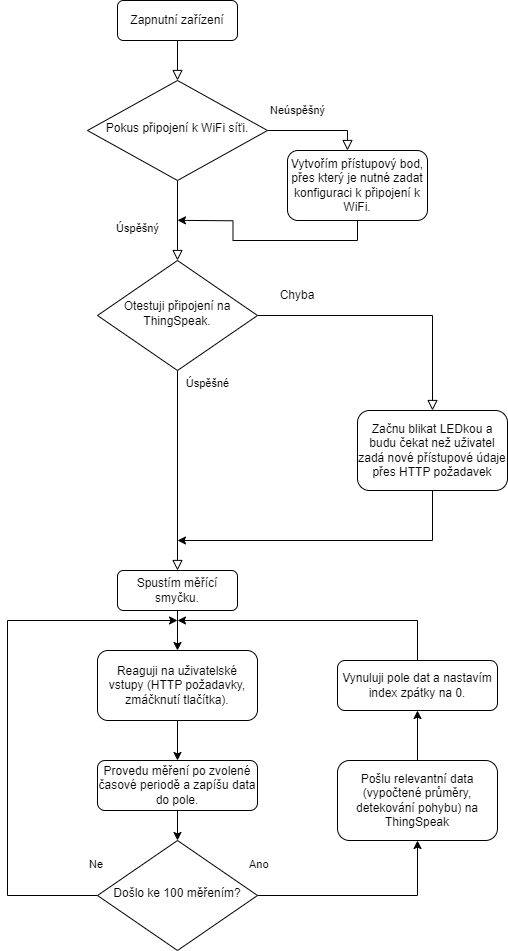
Before: UML/Diagram.drawio.png, a diagram exported from draw.io (AlexanderBarsc/Diplomka). Source tidied: cells renumbered, new cells last; positions are measured from the earlier drawing's top-left corner, leaving out a move shared by most shapes.
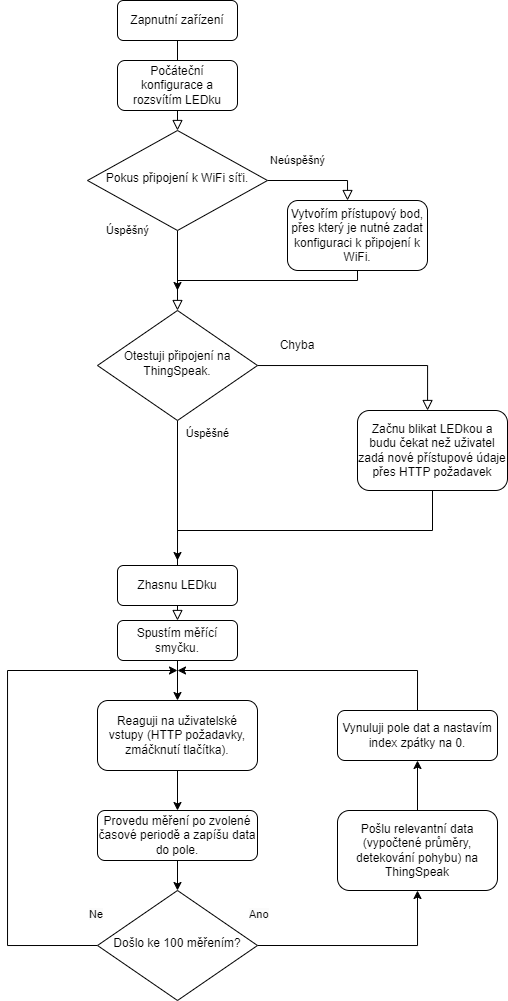
After the change.

Diff of the diagram source:
```diff
@@ -6,10 +6,10 @@
       <mxGeometry relative="1" as="geometry" />
     </mxCell>
     <mxCell id="3" value="Zapnutní zařízení" style="rounded=1;whiteSpace=wrap;html=1;fontSize=12;glass=0;strokeWidth=1;shadow=0;" parent="1" vertex="1">
-      <mxGeometry x="110" width="120" height="40" as="geometry" />
+      <mxGeometry x="110" y="-50" width="120" height="40" as="geometry" />
     </mxCell>
     <mxCell id="4" value="Úspěšný" style="rounded=0;html=1;jettySize=auto;fontSize=11;endArrow=block;endFill=0;endSize=8;strokeWidth=1;shadow=0;labelBackgroundColor=none;edgeStyle=orthogonalEdgeStyle;" parent="1" edge="1" source="6" target="11">
-      <mxGeometry x="0.2" y="-40" relative="1" as="geometry" />
+      <mxGeometry x="-1" y="-50" relative="1" as="geometry" />
     </mxCell>
     <mxCell id="5" value="Neúspěšný" style="edgeStyle=orthogonalEdgeStyle;rounded=0;html=1;jettySize=auto;fontSize=11;endArrow=block;endFill=0;endSize=8;strokeWidth=1;shadow=0;labelBackgroundColor=none;" parent="1" edge="1" source="6" target="8">
       <mxGeometry x="-0.4" y="20" relative="1" as="geometry">
@@ -21,19 +21,30 @@
     <mxCell id="6" value="Pokus připojení k WiFi síťi." style="rhombus;whiteSpace=wrap;html=1;shadow=0;fontFamily=Helvetica;fontSize=12;align=center;strokeWidth=1;spacing=6;spacingTop=-4;" parent="1" vertex="1">
       <mxGeometry x="80" y="80" width="180" height="100" as="geometry" />
     </mxCell>
-    <mxCell id="7" style="edgeStyle=orthogonalEdgeStyle;rounded=0;jettySize=auto;html=1;exitX=0.5;exitY=1;exitDx=0;exitDy=0;" parent="1" edge="1" source="8">
-      <mxGeometry relative="1" as="geometry">
-        <mxPoint x="170" y="219.8" as="targetPoint" />
-      </mxGeometry>
-    </mxCell>
+    <mxCell id="30" style="edgeStyle=orthogonalEdgeStyle;rounded=0;orthogonalLoop=1;jettySize=auto;html=1;exitX=0.5;exitY=1;exitDx=0;exitDy=0;" parent="1" edge="1">
+      <mxGeometry relative="1" as="geometry">
+        <mxPoint x="350" y="210" as="sourcePoint" />
+        <mxPoint x="170" y="240" as="targetPoint" />
+        <Array as="points">
+          <mxPoint x="350" y="230" />
+          <mxPoint x="170" y="230" />
+        </Array>
+      </mxGeometry>
+    </mxCell>
     <mxCell id="8" value="Vytvořím přístupový bod, přes který je nutné zadat konfiguraci k připojení k WiFi." style="rounded=1;whiteSpace=wrap;html=1;fontSize=12;glass=0;strokeWidth=1;shadow=0;" parent="1" vertex="1">
       <mxGeometry x="280" y="150" width="140" height="70" as="geometry" />
     </mxCell>
     <mxCell id="9" value="Úspěšné" style="rounded=0;html=1;jettySize=auto;fontSize=11;endArrow=block;endFill=0;endSize=8;strokeWidth=1;shadow=0;labelBackgroundColor=none;edgeStyle=orthogonalEdgeStyle;" parent="1" edge="1" source="11" target="13">
       <mxGeometry x="-0.87" y="30" relative="1" as="geometry" />
     </mxCell>
-    <mxCell id="10" style="edgeStyle=orthogonalEdgeStyle;rounded=0;html=1;jettySize=auto;fontSize=11;endArrow=block;endFill=0;endSize=8;strokeWidth=1;shadow=0;labelBackgroundColor=none;" parent="1" edge="1" source="11" target="15">
-      <mxGeometry y="10" relative="1" as="geometry" />
+    <mxCell id="10" style="edgeStyle=orthogonalEdgeStyle;rounded=0;html=1;jettySize=auto;orthogonalLoop=1;fontSize=11;endArrow=block;endFill=0;endSize=8;strokeWidth=1;shadow=0;labelBackgroundColor=none;" parent="1" edge="1">
+      <mxGeometry y="10" relative="1" as="geometry">
+        <mxPoint x="250" y="315" as="sourcePoint" />
+        <mxPoint x="420.1" y="360" as="targetPoint" />
+        <Array as="points">
+          <mxPoint x="420" y="315" />
+        </Array>
+      </mxGeometry>
     </mxCell>
     <mxCell id="11" value="Otestuji připojení na ThingSpeak." style="rhombus;whiteSpace=wrap;html=1;shadow=0;fontFamily=Helvetica;fontSize=12;align=center;strokeWidth=1;spacing=6;spacingTop=-4;" parent="1" vertex="1">
       <mxGeometry x="90" y="260" width="160" height="110" as="geometry" />
@@ -46,14 +57,15 @@
     </mxCell>
     <mxCell id="14" style="edgeStyle=orthogonalEdgeStyle;rounded=0;jettySize=auto;html=1;exitX=0.5;exitY=1;exitDx=0;exitDy=0;" parent="1" edge="1" source="15">
       <mxGeometry relative="1" as="geometry">
-        <mxPoint x="170" y="540" as="targetPoint" />
+        <mxPoint x="170" y="510" as="targetPoint" />
         <Array as="points">
-          <mxPoint x="425" y="540" />
+          <mxPoint x="425" y="480" />
+          <mxPoint x="170" y="480" />
         </Array>
       </mxGeometry>
     </mxCell>
     <mxCell id="15" value="Začnu blikat LEDkou a budu čekat než uživatel zadá nové přístupové údaje přes HTTP požadavek" style="rounded=1;whiteSpace=wrap;html=1;fontSize=12;glass=0;strokeWidth=1;shadow=0;" parent="1" vertex="1">
-      <mxGeometry x="350" y="410" width="150" height="80" as="geometry" />
+      <mxGeometry x="350" y="360" width="150" height="80" as="geometry" />
     </mxCell>
     <mxCell id="16" value="Chyba" style="text;html=1;align=center;verticalAlign=middle;whiteSpace=wrap;rounded=0;" parent="1" vertex="1">
       <mxGeometry x="260" y="280" width="60" height="30" as="geometry" />
@@ -108,5 +120,11 @@
     <mxCell id="29" value="Vynuluji pole dat a nastavím index zpátky na 0." style="rounded=1;whiteSpace=wrap;html=1;fontSize=12;glass=0;strokeWidth=1;shadow=0;" parent="1" vertex="1">
       <mxGeometry x="330" y="660" width="160" height="50" as="geometry" />
     </mxCell>
+    <mxCell id="31" value="Počáteční konfigurace a rozsvítím LEDku" style="rounded=1;whiteSpace=wrap;html=1;fontSize=12;glass=0;strokeWidth=1;shadow=0;" parent="1" vertex="1">
+      <mxGeometry x="110" y="10" width="120" height="50" as="geometry" />
+    </mxCell>
+    <mxCell id="32" value="Zhasnu LEDku" style="rounded=1;whiteSpace=wrap;html=1;fontSize=12;glass=0;strokeWidth=1;shadow=0;" parent="1" vertex="1">
+      <mxGeometry x="110" y="515" width="120" height="40" as="geometry" />
+    </mxCell>
   </root>
 </mxGraphModel>
```
